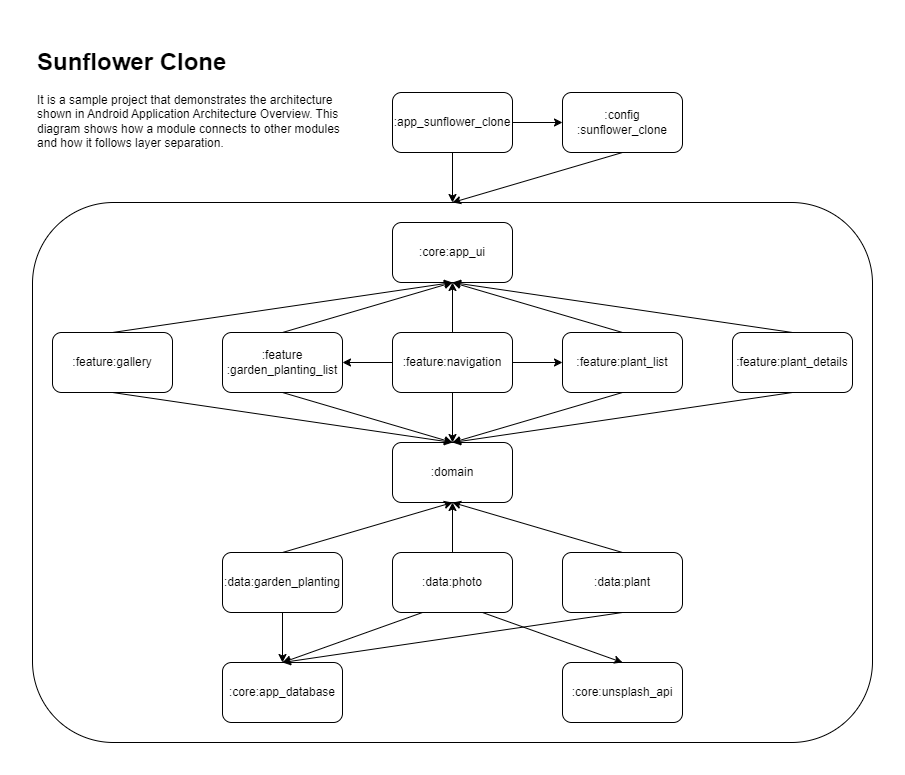
The draw.io diagram docs/diagrams/Sunflower Clone Dependency Graph.png in Deathhit/SunflowerClone, before a commit. Source tidied: cells renumbered, new cells last; positions are measured from the earlier drawing's top-left corner, leaving out a move shared by most shapes.
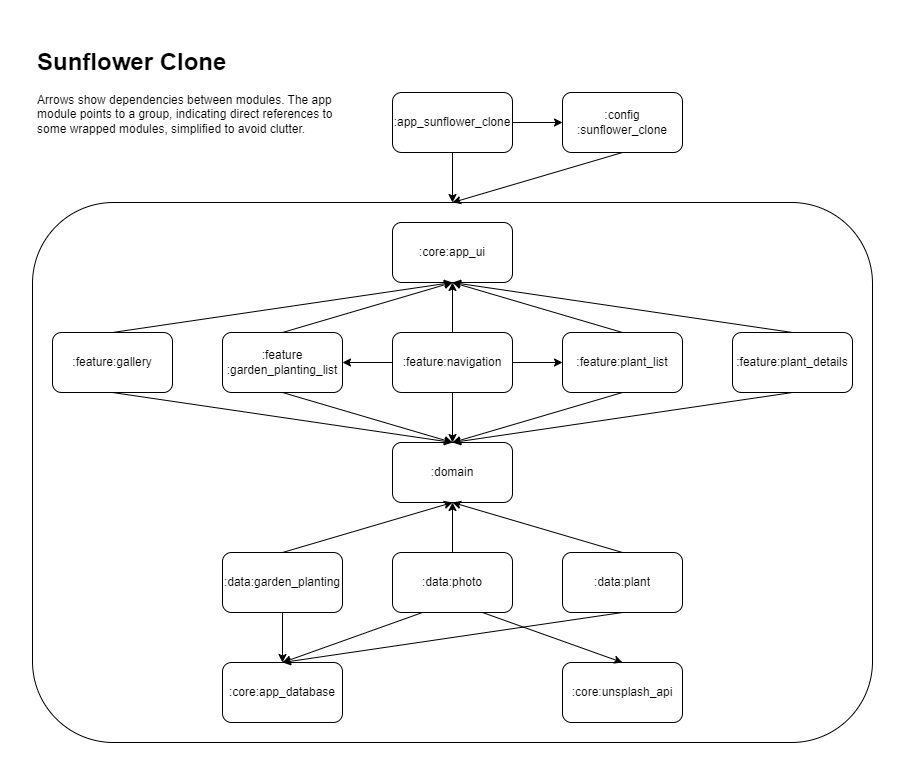
After the change.

Change to the diagram source:
```diff
@@ -5,7 +5,7 @@
     <mxCell id="2" style="group;" parent="1" vertex="1">
       <mxGeometry width="840" height="700" as="geometry" />
     </mxCell>
-    <mxCell id="3" value="&lt;h1&gt;Sunflower Clone&lt;/h1&gt;&lt;p&gt;It is a sample project that demonstrates the architecture shown in Android Application Architecture Overview. This diagram shows how a module connects to other modules and how it follows layer separation.&lt;/p&gt;" style="text;html=1;strokeColor=none;fillColor=none;spacing=5;spacingTop=-20;whiteSpace=wrap;overflow=hidden;rounded=0;" parent="2" vertex="1">
+    <mxCell id="3" value="&lt;h1&gt;Sunflower Clone&lt;/h1&gt;&lt;p&gt;Arrows show dependencies between modules. The app module points to a group, indicating direct references to some wrapped modules, simplified to avoid clutter.&lt;br&gt;&lt;/p&gt;" style="text;html=1;strokeColor=none;fillColor=none;spacing=5;spacingTop=-20;whiteSpace=wrap;overflow=hidden;rounded=0;" parent="2" vertex="1">
       <mxGeometry width="320" height="120" as="geometry" />
     </mxCell>
     <mxCell id="4" value=":app_sunflower_clone" style="rounded=1;whiteSpace=wrap;html=1;" parent="2" vertex="1">
```
